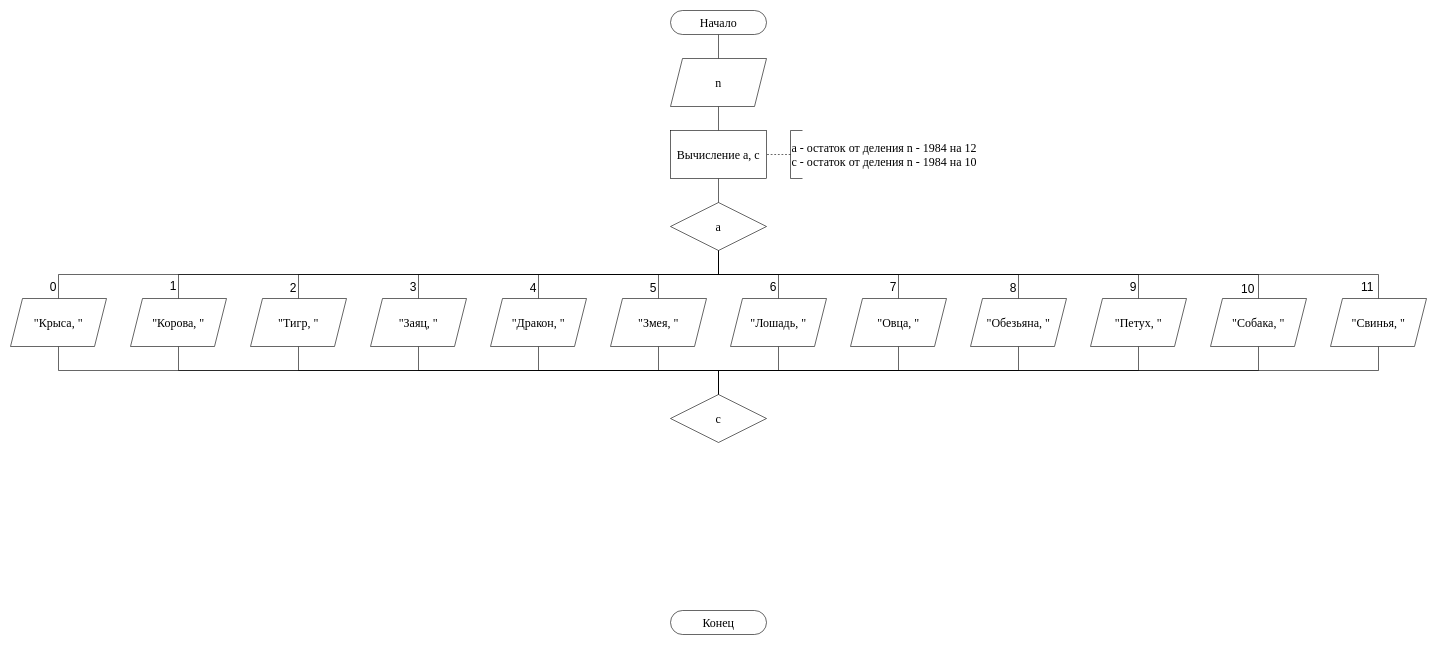
Before: алгоритмы/lab#3/4.drawio in Kanzu32/homework, a draw.io diagram. Source tidied: cells renumbered, new cells numbered last; positions are measured from the earlier drawing's top-left corner, leaving out a move shared by most shapes. Both pictures are drawn from the tidied source at 60%, with x=0, y=0 at pixel (10, 10).
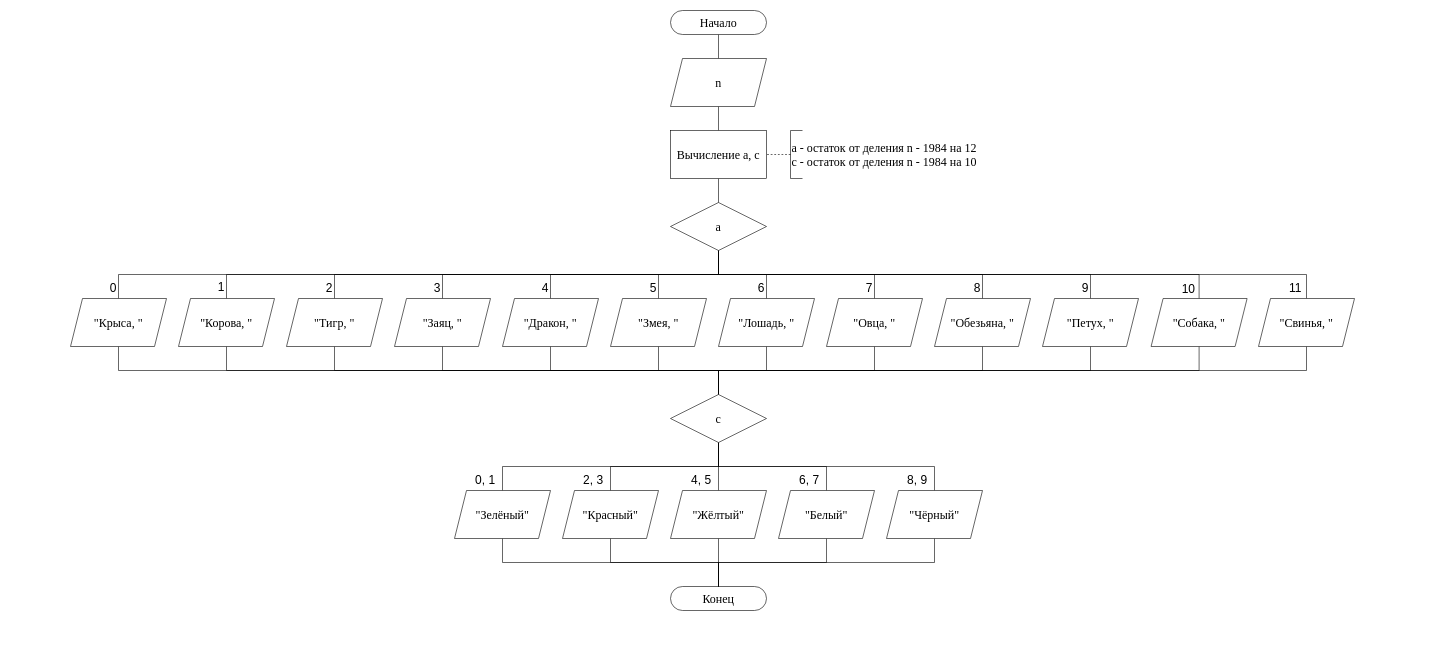
The same page after the edit.

The change refers to these unchanged cells:
```xml
<mxCell id="30" value="a" style="rhombus;whiteSpace=wrap;html=1;fontFamily=Times New Roman;fontSize=20;" parent="1" vertex="1">
  <mxGeometry x="1100" y="320" width="160" height="80" as="geometry" />
</mxCell>
<mxCell id="39" value="&quot;Змея, &quot;" style="shape=parallelogram;perimeter=parallelogramPerimeter;whiteSpace=wrap;html=1;fixedSize=1;fontFamily=Times New Roman;fontSize=20;" parent="1" vertex="1">
  <mxGeometry x="1000" y="480" width="160" height="80" as="geometry" />
</mxCell>
<mxCell id="60" value="с" style="rhombus;whiteSpace=wrap;html=1;fontFamily=Times New Roman;fontSize=20;" parent="1" vertex="1">
  <mxGeometry x="1100" y="640" width="160" height="80" as="geometry" />
</mxCell>
```

The edit, as a diff of the source:
```diff
@@
-    <mxCell id="6" style="edgeStyle=orthogonalEdgeStyle;rounded=0;jettySize=auto;html=1;endArrow=none;endFill=0;" parent="1" edge="1" source="30" target="41">
+    <mxCell id="6" style="edgeStyle=orthogonalEdgeStyle;rounded=0;jettySize=auto;html=1;endArrow=none;endFill=0;fontSize=20;" parent="1" edge="1" source="30" target="41">
       <mxGeometry relative="1" as="geometry" />
     </mxCell>
@@
-    <mxCell id="8" style="edgeStyle=orthogonalEdgeStyle;rounded=0;jettySize=auto;html=1;endArrow=none;endFill=0;" parent="1" edge="1" source="30" target="39">
+    <mxCell id="8" style="edgeStyle=orthogonalEdgeStyle;rounded=0;jettySize=auto;html=1;endArrow=none;endFill=0;fontSize=20;" parent="1" edge="1" source="30" target="39">
       <mxGeometry relative="1" as="geometry" />
     </mxCell>
@@
-    <mxCell id="10" style="edgeStyle=orthogonalEdgeStyle;rounded=0;jettySize=auto;html=1;endArrow=none;endFill=0;entryX=0.5;entryY=0;entryDx=0;entryDy=0;exitX=0.5;exitY=1;exitDx=0;exitDy=0;" parent="1" edge="1" source="30" target="37">
+    <mxCell id="10" style="edgeStyle=orthogonalEdgeStyle;rounded=0;jettySize=auto;html=1;endArrow=none;endFill=0;entryX=0.5;entryY=0;entryDx=0;entryDy=0;exitX=0.5;exitY=1;exitDx=0;exitDy=0;fontSize=20;" parent="1" edge="1" source="30" target="37">
       <mxGeometry relative="1" as="geometry" />
     </mxCell>
@@
-    <mxCell id="12" style="edgeStyle=orthogonalEdgeStyle;rounded=0;jettySize=auto;html=1;exitX=0.5;exitY=1;exitDx=0;exitDy=0;entryX=0.5;entryY=0;entryDx=0;entryDy=0;endArrow=none;endFill=0;" parent="1" edge="1" source="30" target="49">
+    <mxCell id="12" style="edgeStyle=orthogonalEdgeStyle;rounded=0;jettySize=auto;html=1;exitX=0.5;exitY=1;exitDx=0;exitDy=0;entryX=0.5;entryY=0;entryDx=0;entryDy=0;endArrow=none;endFill=0;fontSize=20;" parent="1" edge="1" source="30" target="49">
       <mxGeometry relative="1" as="geometry" />
     </mxCell>
@@
-    <mxCell id="14" style="edgeStyle=orthogonalEdgeStyle;rounded=0;jettySize=auto;html=1;entryX=0.5;entryY=0;entryDx=0;entryDy=0;endArrow=none;endFill=0;exitX=0.5;exitY=1;exitDx=0;exitDy=0;" parent="1" edge="1" source="30" target="51">
+    <mxCell id="14" style="edgeStyle=orthogonalEdgeStyle;rounded=0;jettySize=auto;html=1;entryX=0.5;entryY=0;entryDx=0;entryDy=0;endArrow=none;endFill=0;exitX=0.5;exitY=1;exitDx=0;exitDy=0;fontSize=20;" parent="1" edge="1" source="30" target="51">
       <mxGeometry relative="1" as="geometry" />
     </mxCell>
@@
-    <mxCell id="16" style="edgeStyle=orthogonalEdgeStyle;rounded=0;jettySize=auto;html=1;entryX=0.5;entryY=0;entryDx=0;entryDy=0;endArrow=none;endFill=0;exitX=0.5;exitY=1;exitDx=0;exitDy=0;" parent="1" edge="1" source="30" target="55">
+    <mxCell id="16" style="edgeStyle=orthogonalEdgeStyle;rounded=0;jettySize=auto;html=1;entryX=0.5;entryY=0;entryDx=0;entryDy=0;endArrow=none;endFill=0;exitX=0.5;exitY=1;exitDx=0;exitDy=0;fontSize=20;" parent="1" edge="1" source="30" target="55">
       <mxGeometry relative="1" as="geometry" />
     </mxCell>
@@
-    <mxCell id="18" style="edgeStyle=orthogonalEdgeStyle;rounded=0;jettySize=auto;html=1;entryX=0.5;entryY=0;entryDx=0;entryDy=0;endArrow=none;endFill=0;exitX=0.5;exitY=1;exitDx=0;exitDy=0;" parent="1" edge="1" source="30" target="59">
+    <mxCell id="18" style="edgeStyle=orthogonalEdgeStyle;rounded=0;jettySize=auto;html=1;entryX=0.5;entryY=0;entryDx=0;entryDy=0;endArrow=none;endFill=0;exitX=0.5;exitY=1;exitDx=0;exitDy=0;fontSize=20;" parent="1" edge="1" source="30" target="59">
       <mxGeometry relative="1" as="geometry" />
     </mxCell>
@@
-    <mxCell id="20" style="edgeStyle=orthogonalEdgeStyle;rounded=0;jettySize=auto;html=1;entryX=0.5;entryY=0;entryDx=0;entryDy=0;endArrow=none;endFill=0;exitX=0.5;exitY=1;exitDx=0;exitDy=0;" parent="1" edge="1" source="30" target="43">
+    <mxCell id="20" style="edgeStyle=orthogonalEdgeStyle;rounded=0;jettySize=auto;html=1;entryX=0.5;entryY=0;entryDx=0;entryDy=0;endArrow=none;endFill=0;exitX=0.5;exitY=1;exitDx=0;exitDy=0;fontSize=20;" parent="1" edge="1" source="30" target="43">
       <mxGeometry relative="1" as="geometry" />
     </mxCell>
@@
-    <mxCell id="22" style="edgeStyle=orthogonalEdgeStyle;rounded=0;jettySize=auto;html=1;entryX=0.5;entryY=0;entryDx=0;entryDy=0;endArrow=none;endFill=0;exitX=0.5;exitY=1;exitDx=0;exitDy=0;" parent="1" edge="1" source="30" target="45">
+    <mxCell id="22" style="edgeStyle=orthogonalEdgeStyle;rounded=0;jettySize=auto;html=1;entryX=0.5;entryY=0;entryDx=0;entryDy=0;endArrow=none;endFill=0;exitX=0.5;exitY=1;exitDx=0;exitDy=0;fontSize=20;" parent="1" edge="1" source="30" target="45">
       <mxGeometry relative="1" as="geometry" />
     </mxCell>
@@
-    <mxCell id="24" style="edgeStyle=orthogonalEdgeStyle;rounded=0;jettySize=auto;html=1;entryX=0.5;entryY=0;entryDx=0;entryDy=0;endArrow=none;endFill=0;exitX=0.5;exitY=1;exitDx=0;exitDy=0;" parent="1" edge="1" source="30" target="47">
+    <mxCell id="24" style="edgeStyle=orthogonalEdgeStyle;rounded=0;jettySize=auto;html=1;entryX=0.5;entryY=0;entryDx=0;entryDy=0;endArrow=none;endFill=0;exitX=0.5;exitY=1;exitDx=0;exitDy=0;fontSize=20;" parent="1" edge="1" source="30" target="47">
       <mxGeometry relative="1" as="geometry" />
     </mxCell>
@@
-    <mxCell id="26" style="edgeStyle=orthogonalEdgeStyle;rounded=0;jettySize=auto;html=1;entryX=0.5;entryY=0;entryDx=0;entryDy=0;endArrow=none;endFill=0;exitX=0.5;exitY=1;exitDx=0;exitDy=0;" parent="1" edge="1" source="30" target="53">
+    <mxCell id="26" style="edgeStyle=orthogonalEdgeStyle;rounded=0;jettySize=auto;html=1;entryX=0.5;entryY=0;entryDx=0;entryDy=0;endArrow=none;endFill=0;exitX=0.5;exitY=1;exitDx=0;exitDy=0;fontSize=20;" parent="1" edge="1" source="30" target="53">
       <mxGeometry relative="1" as="geometry" />
     </mxCell>
@@
-    <mxCell id="28" style="edgeStyle=orthogonalEdgeStyle;rounded=0;jettySize=auto;html=1;entryX=0.5;entryY=0;entryDx=0;entryDy=0;endArrow=none;endFill=0;exitX=0.5;exitY=1;exitDx=0;exitDy=0;" parent="1" edge="1" source="30" target="57">
+    <mxCell id="28" style="edgeStyle=orthogonalEdgeStyle;rounded=0;jettySize=auto;html=1;entryX=0.5;entryY=0;entryDx=0;entryDy=0;endArrow=none;endFill=0;exitX=0.5;exitY=1;exitDx=0;exitDy=0;fontSize=20;" parent="1" edge="1" source="30" target="57">
       <mxGeometry relative="1" as="geometry" />
     </mxCell>
@@
     <mxCell id="31" value="Конец" style="rounded=1;whiteSpace=wrap;html=1;arcSize=50;fontFamily=Times New Roman;fontSize=20;" parent="1" vertex="1">
-      <mxGeometry x="1100" y="1000" width="160" height="40" as="geometry" />
+      <mxGeometry x="1100" y="960" width="160" height="40" as="geometry" />
     </mxCell>
@@
-    <mxCell id="35" value="&lt;div style=&quot;text-align: center&quot;&gt;&lt;font style=&quot;font-size: 20px&quot;&gt;a - остаток от деления n - 1984 на 12&lt;/font&gt;&lt;/div&gt;&lt;div style=&quot;text-align: center&quot;&gt;&lt;div&gt;&lt;font style=&quot;font-size: 20px&quot;&gt;с - остаток от деления n - 1984 на 10&lt;/font&gt;&lt;/div&gt;&lt;/div&gt;" style="strokeWidth=1;html=1;shape=mxgraph.flowchart.annotation_1;align=left;fontSize=20;spacing=2;fontFamily=Times New Roman;" parent="1" vertex="1">
+    <mxCell id="35" value="&lt;div style=&quot;text-align: center; font-size: 20px;&quot;&gt;&lt;font style=&quot;font-size: 20px;&quot;&gt;a - остаток от деления n - 1984 на 12&lt;/font&gt;&lt;/div&gt;&lt;div style=&quot;text-align: center; font-size: 20px;&quot;&gt;&lt;div style=&quot;font-size: 20px;&quot;&gt;&lt;font style=&quot;font-size: 20px;&quot;&gt;с - остаток от деления n - 1984 на 10&lt;/font&gt;&lt;/div&gt;&lt;/div&gt;" style="strokeWidth=1;html=1;shape=mxgraph.flowchart.annotation_1;align=left;fontSize=20;spacing=2;fontFamily=Times New Roman;" parent="1" vertex="1">
       <mxGeometry x="1300" y="200" width="20" height="80" as="geometry" />
     </mxCell>
@@
     <mxCell id="37" value="&quot;Дракон, &quot;" style="shape=parallelogram;perimeter=parallelogramPerimeter;whiteSpace=wrap;html=1;fixedSize=1;fontFamily=Times New Roman;fontSize=20;" parent="1" vertex="1">
-      <mxGeometry x="800" y="480" width="160" height="80" as="geometry" />
+      <mxGeometry x="820" y="480" width="160" height="80" as="geometry" />
     </mxCell>
@@
     <mxCell id="41" value="&quot;Лошадь, &quot;" style="shape=parallelogram;perimeter=parallelogramPerimeter;whiteSpace=wrap;html=1;fixedSize=1;fontFamily=Times New Roman;fontSize=20;" parent="1" vertex="1">
-      <mxGeometry x="1200" y="480" width="160" height="80" as="geometry" />
+      <mxGeometry x="1180" y="480" width="160" height="80" as="geometry" />
     </mxCell>
@@
     <mxCell id="43" value="&quot;Овца, &quot;" style="shape=parallelogram;perimeter=parallelogramPerimeter;whiteSpace=wrap;html=1;fixedSize=1;fontFamily=Times New Roman;fontSize=20;" parent="1" vertex="1">
-      <mxGeometry x="1400" y="480" width="160" height="80" as="geometry" />
+      <mxGeometry x="1360" y="480" width="160" height="80" as="geometry" />
     </mxCell>
@@
     <mxCell id="45" value="&quot;Обезьяна, &quot;" style="shape=parallelogram;perimeter=parallelogramPerimeter;whiteSpace=wrap;html=1;fixedSize=1;fontFamily=Times New Roman;fontSize=20;" parent="1" vertex="1">
-      <mxGeometry x="1600" y="480" width="160" height="80" as="geometry" />
+      <mxGeometry x="1540" y="480" width="160" height="80" as="geometry" />
     </mxCell>
@@
     <mxCell id="47" value="&quot;Петух, &quot;" style="shape=parallelogram;perimeter=parallelogramPerimeter;whiteSpace=wrap;html=1;fixedSize=1;fontFamily=Times New Roman;fontSize=20;" parent="1" vertex="1">
-      <mxGeometry x="1800" y="480" width="160" height="80" as="geometry" />
+      <mxGeometry x="1720" y="480" width="160" height="80" as="geometry" />
     </mxCell>
@@
     <mxCell id="49" value="&quot;Заяц, &quot;" style="shape=parallelogram;perimeter=parallelogramPerimeter;whiteSpace=wrap;html=1;fixedSize=1;fontFamily=Times New Roman;fontSize=20;" parent="1" vertex="1">
-      <mxGeometry x="600" y="480" width="160" height="80" as="geometry" />
+      <mxGeometry x="640" y="480" width="160" height="80" as="geometry" />
     </mxCell>
@@
     <mxCell id="51" value="&quot;Тигр, &quot;" style="shape=parallelogram;perimeter=parallelogramPerimeter;whiteSpace=wrap;html=1;fixedSize=1;fontFamily=Times New Roman;fontSize=20;" parent="1" vertex="1">
-      <mxGeometry x="400" y="480" width="160" height="80" as="geometry" />
+      <mxGeometry x="460" y="480" width="160" height="80" as="geometry" />
     </mxCell>
@@
     <mxCell id="53" value="&quot;Собака, &quot;" style="shape=parallelogram;perimeter=parallelogramPerimeter;whiteSpace=wrap;html=1;fixedSize=1;fontFamily=Times New Roman;fontSize=20;" parent="1" vertex="1">
-      <mxGeometry x="2000" y="480" width="160" height="80" as="geometry" />
+      <mxGeometry x="1901" y="480" width="160" height="80" as="geometry" />
     </mxCell>
@@
     <mxCell id="55" value="&quot;Корова, &quot;" style="shape=parallelogram;perimeter=parallelogramPerimeter;whiteSpace=wrap;html=1;fixedSize=1;fontFamily=Times New Roman;fontSize=20;" parent="1" vertex="1">
-      <mxGeometry x="200" y="480" width="160" height="80" as="geometry" />
+      <mxGeometry x="280" y="480" width="160" height="80" as="geometry" />
     </mxCell>
@@
     <mxCell id="57" value="&quot;Свинья, &quot;" style="shape=parallelogram;perimeter=parallelogramPerimeter;whiteSpace=wrap;html=1;fixedSize=1;fontFamily=Times New Roman;fontSize=20;" parent="1" vertex="1">
-      <mxGeometry x="2200" y="480" width="160" height="80" as="geometry" />
+      <mxGeometry x="2080" y="480" width="160" height="80" as="geometry" />
     </mxCell>
@@
     <mxCell id="59" value="&quot;Крыса, &quot;" style="shape=parallelogram;perimeter=parallelogramPerimeter;whiteSpace=wrap;html=1;fixedSize=1;fontFamily=Times New Roman;fontSize=20;" parent="1" vertex="1">
-      <mxGeometry y="480" width="160" height="80" as="geometry" />
+      <mxGeometry x="100" y="480" width="160" height="80" as="geometry" />
     </mxCell>
+    <mxCell id="61" style="edgeStyle=orthogonalEdgeStyle;rounded=0;jettySize=auto;html=1;endArrow=none;endFill=0;fontSize=20;" parent="1" edge="1" source="60" target="74">
+      <mxGeometry relative="1" as="geometry" />
+    </mxCell>
+    <mxCell id="62" value="4, 5" style="edgeLabel;html=1;align=center;verticalAlign=middle;fontSize=20;" parent="61" vertex="1">
+      <mxGeometry x="0.25" y="2" relative="1" as="geometry">
+        <mxPoint x="-32" y="10" as="offset" />
+      </mxGeometry>
+    </mxCell>
+    <mxCell id="63" style="edgeStyle=orthogonalEdgeStyle;rounded=0;jettySize=auto;html=1;entryX=0.5;entryY=0;entryDx=0;entryDy=0;endArrow=none;endFill=0;exitX=0.5;exitY=1;exitDx=0;exitDy=0;exitPerimeter=0;fontSize=20;" parent="1" edge="1" source="60" target="76">
+      <mxGeometry relative="1" as="geometry" />
+    </mxCell>
+    <mxCell id="64" value="6, 7" style="edgeLabel;html=1;align=center;verticalAlign=middle;fontSize=20;" parent="63" vertex="1">
+      <mxGeometry x="0.74" y="3" relative="1" as="geometry">
+        <mxPoint x="-33" y="14" as="offset" />
+      </mxGeometry>
+    </mxCell>
+    <mxCell id="65" style="edgeStyle=orthogonalEdgeStyle;rounded=0;jettySize=auto;html=1;entryX=0.5;entryY=0;entryDx=0;entryDy=0;endArrow=none;endFill=0;exitX=0.5;exitY=1;exitDx=0;exitDy=0;fontSize=20;" parent="1" edge="1" source="60" target="78">
+      <mxGeometry relative="1" as="geometry" />
+    </mxCell>
+    <mxCell id="66" value="8, 9" style="edgeLabel;html=1;align=center;verticalAlign=middle;fontSize=20;" parent="65" vertex="1">
+      <mxGeometry x="0.85" y="1" relative="1" as="geometry">
+        <mxPoint x="-31" y="14" as="offset" />
+      </mxGeometry>
+    </mxCell>
+    <mxCell id="67" style="edgeStyle=orthogonalEdgeStyle;rounded=0;jettySize=auto;html=1;entryX=0.5;entryY=0;entryDx=0;entryDy=0;endArrow=none;endFill=0;exitX=0.5;exitY=1;exitDx=0;exitDy=0;fontSize=20;" parent="1" edge="1" source="60" target="72">
+      <mxGeometry relative="1" as="geometry" />
+    </mxCell>
+    <mxCell id="68" value="2, 3" style="edgeLabel;html=1;align=center;verticalAlign=middle;fontSize=20;" parent="67" vertex="1">
+      <mxGeometry x="0.74" y="1" relative="1" as="geometry">
+        <mxPoint x="-31" y="14" as="offset" />
+      </mxGeometry>
+    </mxCell>
+    <mxCell id="69" style="edgeStyle=orthogonalEdgeStyle;rounded=0;jettySize=auto;html=1;endArrow=none;endFill=0;exitX=0.5;exitY=1;exitDx=0;exitDy=0;fontSize=20;" parent="1" edge="1" source="60" target="80">
+      <mxGeometry relative="1" as="geometry" />
+    </mxCell>
+    <mxCell id="70" value="0, 1" style="edgeLabel;html=1;align=center;verticalAlign=middle;fontSize=20;" parent="69" vertex="1">
+      <mxGeometry x="0.85" y="2" relative="1" as="geometry">
+        <mxPoint x="-32" y="13" as="offset" />
+      </mxGeometry>
+    </mxCell>
@@
+    <mxCell id="71" style="edgeStyle=orthogonalEdgeStyle;rounded=0;jettySize=auto;html=1;entryX=0.5;entryY=0;entryDx=0;entryDy=0;fontSize=20;endArrow=none;endFill=0;exitX=0.5;exitY=1;exitDx=0;exitDy=0;" parent="1" edge="1" source="72" target="31">
+      <mxGeometry relative="1" as="geometry" />
+    </mxCell>
+    <mxCell id="72" value="&quot;Красный&quot;" style="shape=parallelogram;perimeter=parallelogramPerimeter;whiteSpace=wrap;html=1;fixedSize=1;fontFamily=Times New Roman;fontSize=20;" parent="1" vertex="1">
+      <mxGeometry x="920" y="800" width="160" height="80" as="geometry" />
+    </mxCell>
+    <mxCell id="73" style="edgeStyle=orthogonalEdgeStyle;rounded=0;jettySize=auto;html=1;entryX=0.5;entryY=0;entryDx=0;entryDy=0;fontSize=20;endArrow=none;endFill=0;" parent="1" edge="1" source="74" target="31">
+      <mxGeometry relative="1" as="geometry" />
+    </mxCell>
+    <mxCell id="74" value="&quot;Жёлтый&quot;" style="shape=parallelogram;perimeter=parallelogramPerimeter;whiteSpace=wrap;html=1;fixedSize=1;fontFamily=Times New Roman;fontSize=20;" parent="1" vertex="1">
+      <mxGeometry x="1100" y="800" width="160" height="80" as="geometry" />
+    </mxCell>
+    <mxCell id="75" style="edgeStyle=orthogonalEdgeStyle;rounded=0;jettySize=auto;html=1;entryX=0.5;entryY=0;entryDx=0;entryDy=0;fontSize=20;endArrow=none;endFill=0;exitX=0.5;exitY=1;exitDx=0;exitDy=0;" parent="1" edge="1" source="76" target="31">
+      <mxGeometry relative="1" as="geometry" />
+    </mxCell>
+    <mxCell id="76" value="&quot;Белый&quot;" style="shape=parallelogram;perimeter=parallelogramPerimeter;whiteSpace=wrap;html=1;fixedSize=1;fontFamily=Times New Roman;fontSize=20;" parent="1" vertex="1">
+      <mxGeometry x="1280" y="800" width="160" height="80" as="geometry" />
+    </mxCell>
+    <mxCell id="77" style="edgeStyle=orthogonalEdgeStyle;rounded=0;jettySize=auto;html=1;entryX=0.5;entryY=0;entryDx=0;entryDy=0;fontSize=20;endArrow=none;endFill=0;exitX=0.5;exitY=1;exitDx=0;exitDy=0;" parent="1" edge="1" source="78" target="31">
+      <mxGeometry relative="1" as="geometry" />
+    </mxCell>
+    <mxCell id="78" value="&quot;Чёрный&quot;" style="shape=parallelogram;perimeter=parallelogramPerimeter;whiteSpace=wrap;html=1;fixedSize=1;fontFamily=Times New Roman;fontSize=20;" parent="1" vertex="1">
+      <mxGeometry x="1460" y="800" width="160" height="80" as="geometry" />
+    </mxCell>
+    <mxCell id="79" style="edgeStyle=orthogonalEdgeStyle;rounded=0;jettySize=auto;html=1;entryX=0.5;entryY=0;entryDx=0;entryDy=0;fontSize=20;endArrow=none;endFill=0;exitX=0.5;exitY=1;exitDx=0;exitDy=0;" parent="1" edge="1" source="80" target="31">
+      <mxGeometry relative="1" as="geometry" />
+    </mxCell>
+    <mxCell id="80" value="&quot;Зелёный&quot;" style="shape=parallelogram;perimeter=parallelogramPerimeter;whiteSpace=wrap;html=1;fixedSize=1;fontFamily=Times New Roman;fontSize=20;" parent="1" vertex="1">
+      <mxGeometry x="740" y="800" width="160" height="80" as="geometry" />
+    </mxCell>
```
